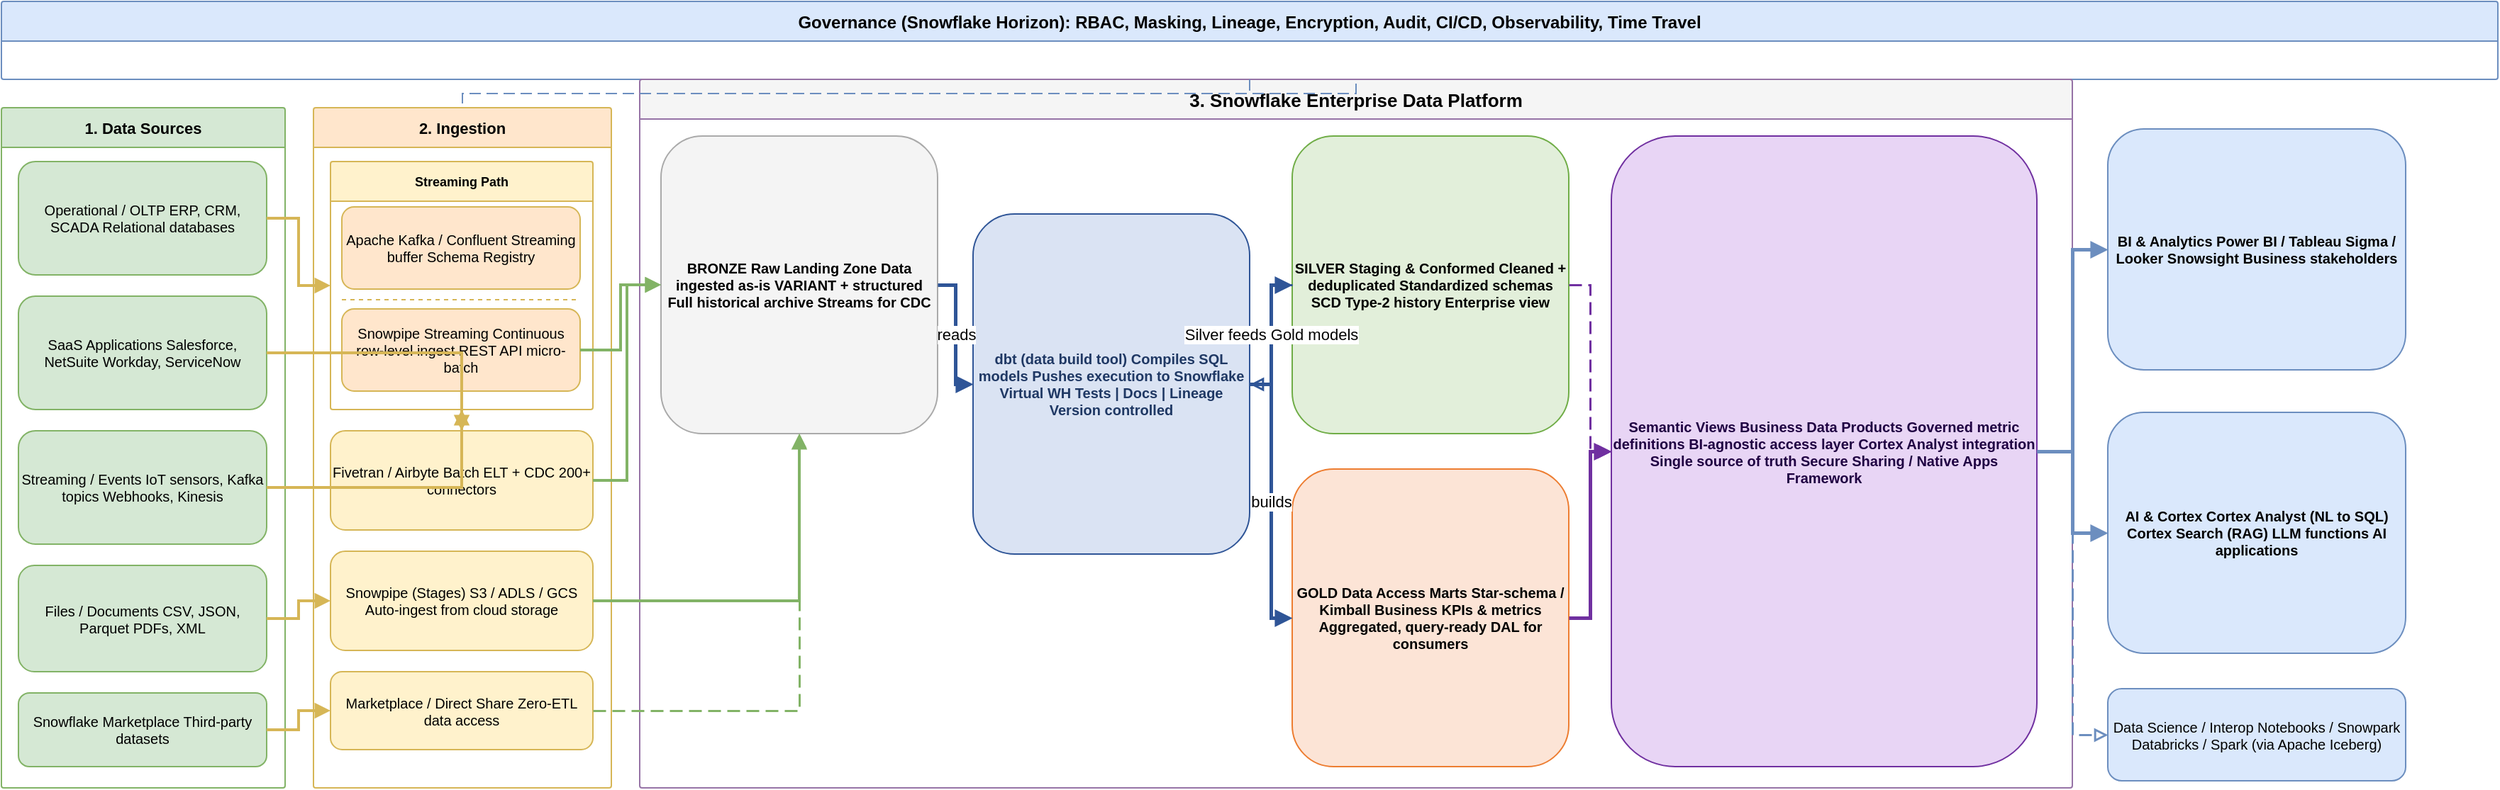
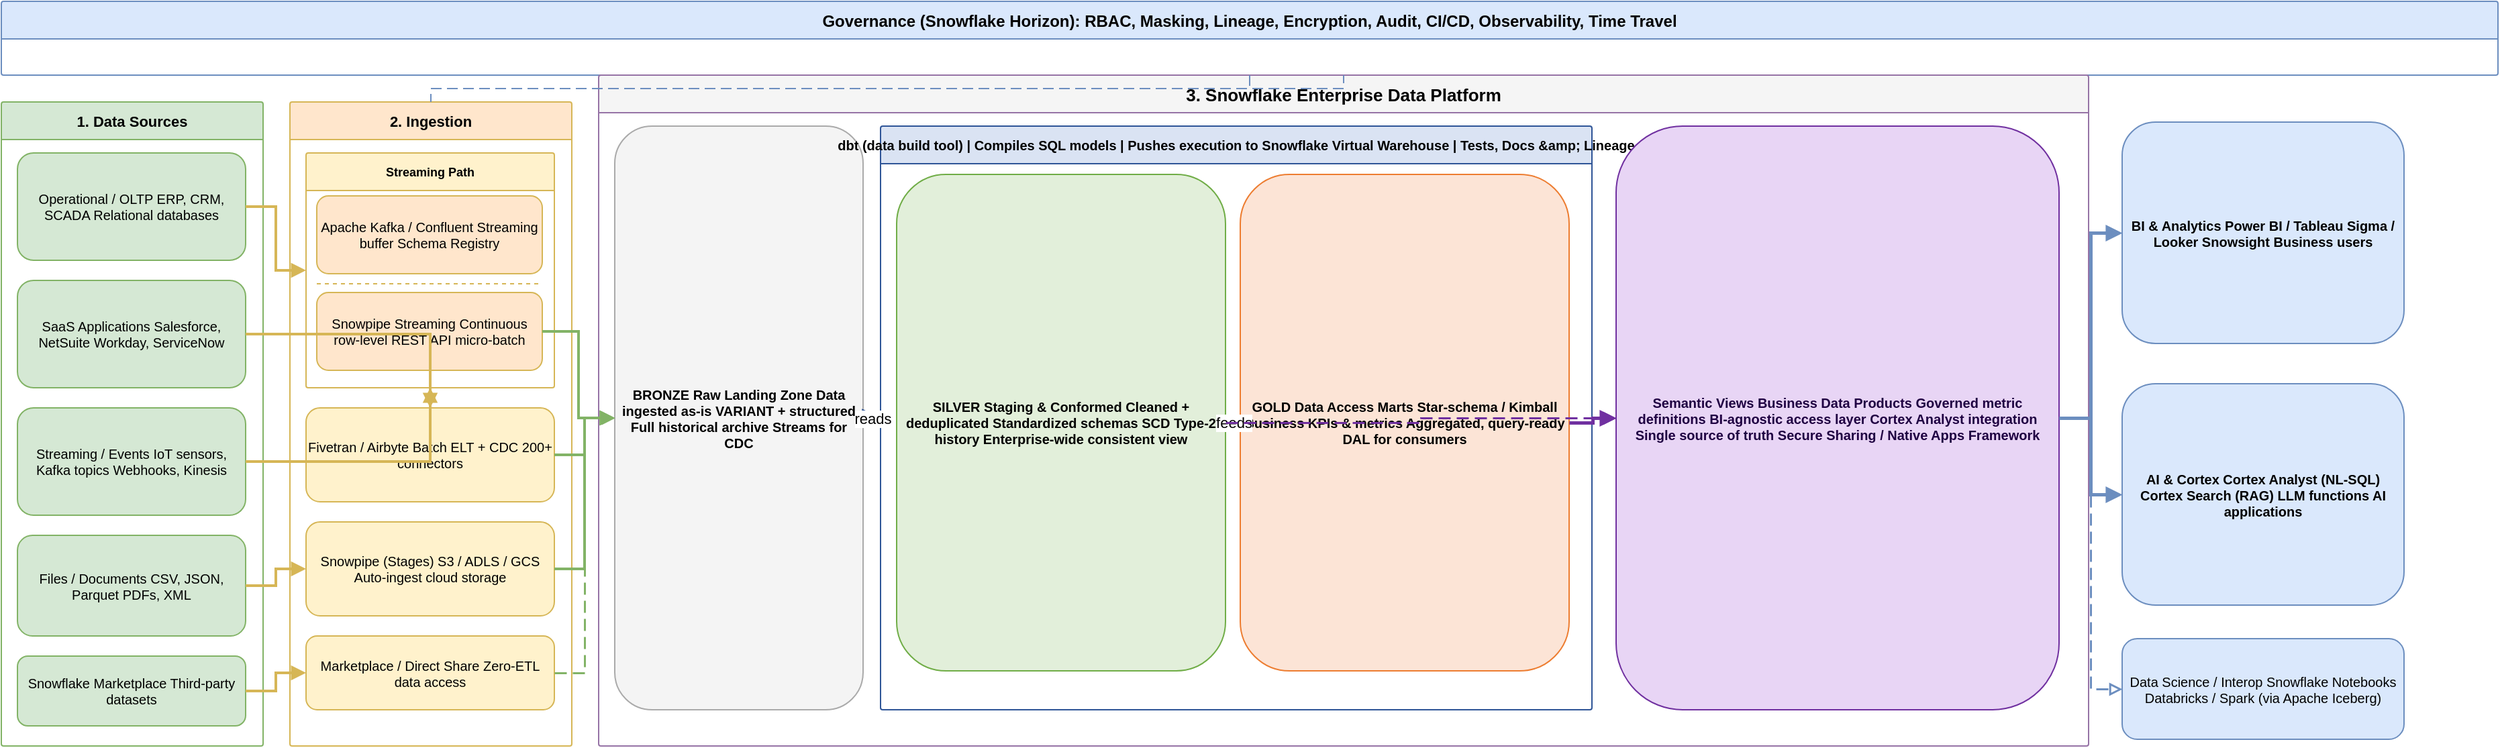
<?xml version='1.0' encoding='utf-8'?>
<mxfile host="app.diagrams.net">
  <diagram id="svpten-hl" name="SVPTEN Platform - High Level">
-     <mxGraphModel dx="1920" dy="1080" grid="1" gridSize="10" guides="1" tooltips="1" connect="1" arrows="1" fold="1" page="1" pageScale="1" pageWidth="1800" pageHeight="800" math="0" shadow="0">
+     <mxGraphModel dx="1920" dy="1080" grid="1" gridSize="10" guides="1" tooltips="1" connect="1" arrows="1" fold="1" page="1" pageScale="1" pageWidth="1900" pageHeight="800" math="0" shadow="0">
      <root>
        <mxCell id="0" />
        <mxCell id="1" parent="0" />
        <mxCell id="gov" parent="1" vertex="1" style="swimlane;startSize=28;horizontal=1;fillColor=#dae8fc;strokeColor=#6c8ebf;fontStyle=1;fontSize=12;collapsible=0;rounded=1;arcSize=2;" value="Governance (Snowflake Horizon): RBAC, Masking, Lineage, Encryption, Audit, CI/CD, Observability, Time Travel">
-           <mxGeometry x="20" y="20" width="1760" height="55" as="geometry" />
+           <mxGeometry x="20" y="20" width="1860" height="55" as="geometry" />
        </mxCell>
        <mxCell id="src" parent="1" vertex="1" style="swimlane;startSize=28;horizontal=1;fillColor=#d5e8d4;strokeColor=#82b366;fontStyle=1;fontSize=11;collapsible=0;rounded=1;arcSize=2;" value="1. Data Sources">
-           <mxGeometry x="20" y="95" width="200" height="480" as="geometry" />
+           <mxGeometry x="20" y="95" width="195" height="480" as="geometry" />
        </mxCell>
        <mxCell id="s1" parent="src" vertex="1" style="rounded=1;whiteSpace=wrap;html=1;fillColor=#d5e8d4;strokeColor=#82b366;fontColor=#000000;fontSize=10;fontStyle=0;" value="Operational / OLTP&amp;#xa;ERP, CRM, SCADA&amp;#xa;Relational databases">
-           <mxGeometry x="12" y="38" width="175" height="80" as="geometry" />
+           <mxGeometry x="12" y="38" width="170" height="80" as="geometry" />
        </mxCell>
        <mxCell id="s2" parent="src" vertex="1" style="rounded=1;whiteSpace=wrap;html=1;fillColor=#d5e8d4;strokeColor=#82b366;fontColor=#000000;fontSize=10;fontStyle=0;" value="SaaS Applications&amp;#xa;Salesforce, NetSuite&amp;#xa;Workday, ServiceNow">
-           <mxGeometry x="12" y="133" width="175" height="80" as="geometry" />
+           <mxGeometry x="12" y="133" width="170" height="80" as="geometry" />
        </mxCell>
        <mxCell id="s3" parent="src" vertex="1" style="rounded=1;whiteSpace=wrap;html=1;fillColor=#d5e8d4;strokeColor=#82b366;fontColor=#000000;fontSize=10;fontStyle=0;" value="Streaming / Events&amp;#xa;IoT sensors, Kafka topics&amp;#xa;Webhooks, Kinesis">
-           <mxGeometry x="12" y="228" width="175" height="80" as="geometry" />
+           <mxGeometry x="12" y="228" width="170" height="80" as="geometry" />
        </mxCell>
        <mxCell id="s4" parent="src" vertex="1" style="rounded=1;whiteSpace=wrap;html=1;fillColor=#d5e8d4;strokeColor=#82b366;fontColor=#000000;fontSize=10;fontStyle=0;" value="Files / Documents&amp;#xa;CSV, JSON, Parquet&amp;#xa;PDFs, XML">
-           <mxGeometry x="12" y="323" width="175" height="75" as="geometry" />
+           <mxGeometry x="12" y="323" width="170" height="75" as="geometry" />
        </mxCell>
        <mxCell id="s5" parent="src" vertex="1" style="rounded=1;whiteSpace=wrap;html=1;fillColor=#d5e8d4;strokeColor=#82b366;fontColor=#000000;fontSize=10;fontStyle=0;" value="Snowflake Marketplace&amp;#xa;Third-party datasets">
-           <mxGeometry x="12" y="413" width="175" height="52" as="geometry" />
+           <mxGeometry x="12" y="413" width="170" height="52" as="geometry" />
        </mxCell>
        <mxCell id="ing" parent="1" vertex="1" style="swimlane;startSize=28;horizontal=1;fillColor=#ffe6cc;strokeColor=#d6b656;fontStyle=1;fontSize=11;collapsible=0;rounded=1;arcSize=2;" value="2. Ingestion">
-           <mxGeometry x="240" y="95" width="210" height="480" as="geometry" />
+           <mxGeometry x="235" y="95" width="210" height="480" as="geometry" />
        </mxCell>
        <mxCell id="strm" parent="ing" vertex="1" style="swimlane;startSize=28;horizontal=1;fillColor=#fff2cc;strokeColor=#d6b656;fontStyle=1;fontSize=9;collapsible=0;rounded=1;arcSize=2;" value="Streaming Path">
          <mxGeometry x="12" y="38" width="185" height="175" as="geometry" />
        </mxCell>
        <mxCell id="i6" parent="strm" vertex="1" style="rounded=1;whiteSpace=wrap;html=1;fillColor=#ffe6cc;strokeColor=#d6b656;fontColor=#000000;fontSize=10;fontStyle=0;" value="Apache Kafka / Confluent&amp;#xa;Streaming buffer&amp;#xa;Schema Registry">
          <mxGeometry x="8" y="32" width="168" height="58" as="geometry" />
        </mxCell>
        <mxCell id="c7" parent="strm" vertex="1" style="line;strokeColor=#d6b656;strokeWidth=1;dashed=1;fillColor=none;" value="">
          <mxGeometry x="8" y="95" width="168" height="5" as="geometry" />
        </mxCell>
-         <mxCell id="i8" parent="strm" vertex="1" style="rounded=1;whiteSpace=wrap;html=1;fillColor=#ffe6cc;strokeColor=#d6b656;fontColor=#000000;fontSize=10;fontStyle=0;" value="Snowpipe Streaming&amp;#xa;Continuous row-level ingest&amp;#xa;REST API micro-batch">
+         <mxCell id="i8" parent="strm" vertex="1" style="rounded=1;whiteSpace=wrap;html=1;fillColor=#ffe6cc;strokeColor=#d6b656;fontColor=#000000;fontSize=10;fontStyle=0;" value="Snowpipe Streaming&amp;#xa;Continuous row-level&amp;#xa;REST API micro-batch">
          <mxGeometry x="8" y="104" width="168" height="58" as="geometry" />
        </mxCell>
        <mxCell id="i9" parent="ing" vertex="1" style="rounded=1;whiteSpace=wrap;html=1;fillColor=#fff2cc;strokeColor=#d6b656;fontColor=#000000;fontSize=10;fontStyle=0;" value="Fivetran / Airbyte&amp;#xa;Batch ELT + CDC&amp;#xa;200+ connectors">
          <mxGeometry x="12" y="228" width="185" height="70" as="geometry" />
        </mxCell>
-         <mxCell id="i10" parent="ing" vertex="1" style="rounded=1;whiteSpace=wrap;html=1;fillColor=#fff2cc;strokeColor=#d6b656;fontColor=#000000;fontSize=10;fontStyle=0;" value="Snowpipe (Stages)&amp;#xa;S3 / ADLS / GCS&amp;#xa;Auto-ingest from cloud storage">
+         <mxCell id="i10" parent="ing" vertex="1" style="rounded=1;whiteSpace=wrap;html=1;fillColor=#fff2cc;strokeColor=#d6b656;fontColor=#000000;fontSize=10;fontStyle=0;" value="Snowpipe (Stages)&amp;#xa;S3 / ADLS / GCS&amp;#xa;Auto-ingest cloud storage">
          <mxGeometry x="12" y="313" width="185" height="70" as="geometry" />
        </mxCell>
        <mxCell id="i11" parent="ing" vertex="1" style="rounded=1;whiteSpace=wrap;html=1;fillColor=#fff2cc;strokeColor=#d6b656;fontColor=#000000;fontSize=10;fontStyle=0;" value="Marketplace / Direct Share&amp;#xa;Zero-ETL data access">
          <mxGeometry x="12" y="398" width="185" height="55" as="geometry" />
        </mxCell>
        <mxCell id="plat" parent="1" vertex="1" style="swimlane;startSize=28;horizontal=1;fillColor=#f5f5f5;strokeColor=#9673a6;fontStyle=1;fontSize=13;collapsible=0;rounded=1;arcSize=2;" value="3. Snowflake Enterprise Data Platform">
-           <mxGeometry x="470" y="75" width="1010" height="500" as="geometry" />
+           <mxGeometry x="465" y="75" width="1110" height="500" as="geometry" />
        </mxCell>
        <mxCell id="brz" parent="plat" vertex="1" style="rounded=1;whiteSpace=wrap;html=1;fillColor=#f4f4f4;strokeColor=#aaaaaa;fontColor=#000000;fontSize=10;fontStyle=1;" value="BRONZE&amp;#xa;Raw Landing Zone&amp;#xa;&amp;#xa;Data ingested as-is&amp;#xa;VARIANT + structured&amp;#xa;Full historical archive&amp;#xa;Streams for CDC">
-           <mxGeometry x="15" y="40" width="195" height="210" as="geometry" />
+           <mxGeometry x="12" y="38" width="185" height="435" as="geometry" />
        </mxCell>
-         <mxCell id="dbt" parent="plat" vertex="1" style="rounded=1;whiteSpace=wrap;html=1;fillColor=#dae3f3;strokeColor=#2f5597;fontColor=#1f3864;fontSize=10;fontStyle=1;" value="dbt  (data build tool)&amp;#xa;&amp;#xa;Compiles SQL models&amp;#xa;Pushes execution to&amp;#xa;Snowflake Virtual WH&amp;#xa;&amp;#xa;Tests | Docs | Lineage&amp;#xa;Version controlled">
-           <mxGeometry x="235" y="95" width="195" height="240" as="geometry" />
+         <mxCell id="dbt" parent="plat" vertex="1" style="swimlane;startSize=28;horizontal=1;fillColor=#dae3f3;strokeColor=#2f5597;fontStyle=1;fontSize=10;collapsible=0;rounded=1;arcSize=2;" value="dbt  (data build tool)  |  Compiles SQL models  |  Pushes execution to Snowflake Virtual Warehouse  |  Tests, Docs &amp;amp; Lineage">
+           <mxGeometry x="210" y="38" width="530" height="435" as="geometry" />
        </mxCell>
-         <mxCell id="slv" parent="plat" vertex="1" style="rounded=1;whiteSpace=wrap;html=1;fillColor=#e2efda;strokeColor=#70ad47;fontColor=#000000;fontSize=10;fontStyle=1;" value="SILVER&amp;#xa;Staging &amp;amp; Conformed&amp;#xa;&amp;#xa;Cleaned + deduplicated&amp;#xa;Standardized schemas&amp;#xa;SCD Type-2 history&amp;#xa;Enterprise view">
-           <mxGeometry x="460" y="40" width="195" height="210" as="geometry" />
+         <mxCell id="slv" parent="dbt" vertex="1" style="rounded=1;whiteSpace=wrap;html=1;fillColor=#e2efda;strokeColor=#70ad47;fontColor=#000000;fontSize=10;fontStyle=1;" value="SILVER&amp;#xa;Staging &amp;amp; Conformed&amp;#xa;&amp;#xa;Cleaned + deduplicated&amp;#xa;Standardized schemas&amp;#xa;SCD Type-2 history&amp;#xa;Enterprise-wide&amp;#xa;consistent view">
+           <mxGeometry x="12" y="36" width="245" height="370" as="geometry" />
        </mxCell>
-         <mxCell id="gld" parent="plat" vertex="1" style="rounded=1;whiteSpace=wrap;html=1;fillColor=#fce4d6;strokeColor=#ed7d31;fontColor=#000000;fontSize=10;fontStyle=1;" value="GOLD&amp;#xa;Data Access Marts&amp;#xa;&amp;#xa;Star-schema / Kimball&amp;#xa;Business KPIs &amp;amp; metrics&amp;#xa;Aggregated, query-ready&amp;#xa;DAL for consumers">
-           <mxGeometry x="460" y="275" width="195" height="210" as="geometry" />
+         <mxCell id="gld" parent="dbt" vertex="1" style="rounded=1;whiteSpace=wrap;html=1;fillColor=#fce4d6;strokeColor=#ed7d31;fontColor=#000000;fontSize=10;fontStyle=1;" value="GOLD&amp;#xa;Data Access Marts&amp;#xa;&amp;#xa;Star-schema / Kimball&amp;#xa;Business KPIs &amp;amp; metrics&amp;#xa;Aggregated, query-ready&amp;#xa;DAL for consumers">
+           <mxGeometry x="268" y="36" width="245" height="370" as="geometry" />
        </mxCell>
        <mxCell id="sem" parent="plat" vertex="1" style="rounded=1;whiteSpace=wrap;html=1;fillColor=#e8d5f5;strokeColor=#7030a0;fontColor=#1f0042;fontSize=10;fontStyle=1;" value="Semantic Views&amp;#xa;Business Data Products&amp;#xa;&amp;#xa;Governed metric definitions&amp;#xa;BI-agnostic access layer&amp;#xa;Cortex Analyst integration&amp;#xa;Single source of truth&amp;#xa;&amp;#xa;Secure Sharing /&amp;#xa;Native Apps Framework">
-           <mxGeometry x="685" y="40" width="300" height="445" as="geometry" />
+           <mxGeometry x="758" y="38" width="330" height="435" as="geometry" />
        </mxCell>
-         <mxCell id="cbi" parent="1" vertex="1" style="rounded=1;whiteSpace=wrap;html=1;fillColor=#dae8fc;strokeColor=#6c8ebf;fontColor=#000000;fontSize=10;fontStyle=1;" value="BI &amp;amp; Analytics&amp;#xa;&amp;#xa;Power BI / Tableau&amp;#xa;Sigma / Looker&amp;#xa;Snowsight&amp;#xa;Business stakeholders">
-           <mxGeometry x="1505" y="110" width="210" height="170" as="geometry" />
+         <mxCell id="cbi" parent="1" vertex="1" style="rounded=1;whiteSpace=wrap;html=1;fillColor=#dae8fc;strokeColor=#6c8ebf;fontColor=#000000;fontSize=10;fontStyle=1;" value="BI &amp;amp; Analytics&amp;#xa;&amp;#xa;Power BI / Tableau&amp;#xa;Sigma / Looker&amp;#xa;Snowsight&amp;#xa;Business users">
+           <mxGeometry x="1600" y="110" width="210" height="165" as="geometry" />
        </mxCell>
-         <mxCell id="cai" parent="1" vertex="1" style="rounded=1;whiteSpace=wrap;html=1;fillColor=#dae8fc;strokeColor=#6c8ebf;fontColor=#000000;fontSize=10;fontStyle=1;" value="AI &amp;amp; Cortex&amp;#xa;&amp;#xa;Cortex Analyst (NL to SQL)&amp;#xa;Cortex Search (RAG)&amp;#xa;LLM functions&amp;#xa;AI applications">
-           <mxGeometry x="1505" y="310" width="210" height="170" as="geometry" />
+         <mxCell id="cai" parent="1" vertex="1" style="rounded=1;whiteSpace=wrap;html=1;fillColor=#dae8fc;strokeColor=#6c8ebf;fontColor=#000000;fontSize=10;fontStyle=1;" value="AI &amp;amp; Cortex&amp;#xa;&amp;#xa;Cortex Analyst (NL-SQL)&amp;#xa;Cortex Search (RAG)&amp;#xa;LLM functions&amp;#xa;AI applications">
+           <mxGeometry x="1600" y="305" width="210" height="165" as="geometry" />
        </mxCell>
-         <mxCell id="cds" parent="1" vertex="1" style="rounded=1;whiteSpace=wrap;html=1;fillColor=#dae8fc;strokeColor=#6c8ebf;fontColor=#000000;fontSize=10;fontStyle=0;" value="Data Science / Interop&amp;#xa;Notebooks / Snowpark&amp;#xa;Databricks / Spark&amp;#xa;(via Apache Iceberg)">
-           <mxGeometry x="1505" y="505" width="210" height="65" as="geometry" />
+         <mxCell id="cds" parent="1" vertex="1" style="rounded=1;whiteSpace=wrap;html=1;fillColor=#dae8fc;strokeColor=#6c8ebf;fontColor=#000000;fontSize=10;fontStyle=0;" value="Data Science / Interop&amp;#xa;Snowflake Notebooks&amp;#xa;Databricks / Spark&amp;#xa;(via Apache Iceberg)">
+           <mxGeometry x="1600" y="495" width="210" height="75" as="geometry" />
        </mxCell>
-         <mxCell id="e12" parent="1" source="s3" target="strm" edge="1" value="" style="edgeStyle=orthogonalEdgeStyle;rounded=0;html=1;strokeWidth=2;endArrow=block;endFill=1;strokeColor=#d6b656;" exitDx="0" exitDy="0" entryDx="0" entryDy="0" exitX="1" exitY="0.5" entryX="0" entryY="0.4">
+         <mxCell id="e12" parent="1" source="s1" target="strm" edge="1" value="" style="edgeStyle=orthogonalEdgeStyle;rounded=0;html=1;strokeWidth=2;endArrow=block;endFill=1;strokeColor=#d6b656;" exitDx="0" exitDy="0" entryDx="0" entryDy="0" exitX="1" exitY="0.5" entryX="0" entryY="0.15">
          <mxGeometry relative="1" as="geometry" />
        </mxCell>
-         <mxCell id="e13" parent="1" source="s1" target="strm" edge="1" value="" style="edgeStyle=orthogonalEdgeStyle;rounded=0;html=1;strokeWidth=2;endArrow=block;endFill=1;strokeColor=#d6b656;" exitDx="0" exitDy="0" entryDx="0" entryDy="0" exitX="1" exitY="0.5" entryX="0" entryY="0.15">
+         <mxCell id="e13" parent="1" source="s3" target="strm" edge="1" value="" style="edgeStyle=orthogonalEdgeStyle;rounded=0;html=1;strokeWidth=2;endArrow=block;endFill=1;strokeColor=#d6b656;" exitDx="0" exitDy="0" entryDx="0" entryDy="0" exitX="1" exitY="0.5" entryX="0" entryY="0.45">
          <mxGeometry relative="1" as="geometry" />
        </mxCell>
        <mxCell id="e14" parent="1" source="s2" target="i9" edge="1" value="" style="edgeStyle=orthogonalEdgeStyle;rounded=0;html=1;strokeWidth=2;endArrow=block;endFill=1;strokeColor=#d6b656;" exitDx="0" exitDy="0" entryDx="0" entryDy="0" exitX="1" exitY="0.5" entryX="0" entryY="0.5">
          <mxGeometry relative="1" as="geometry" />
        </mxCell>
        <mxCell id="e15" parent="1" source="s4" target="i10" edge="1" value="" style="edgeStyle=orthogonalEdgeStyle;rounded=0;html=1;strokeWidth=2;endArrow=block;endFill=1;strokeColor=#d6b656;" exitDx="0" exitDy="0" entryDx="0" entryDy="0" exitX="1" exitY="0.5" entryX="0" entryY="0.5">
          <mxGeometry relative="1" as="geometry" />
        </mxCell>
        <mxCell id="e16" parent="1" source="s5" target="i11" edge="1" value="" style="edgeStyle=orthogonalEdgeStyle;rounded=0;html=1;strokeWidth=2;endArrow=block;endFill=1;strokeColor=#d6b656;" exitDx="0" exitDy="0" entryDx="0" entryDy="0" exitX="1" exitY="0.5" entryX="0" entryY="0.5">
          <mxGeometry relative="1" as="geometry" />
        </mxCell>
        <mxCell id="e17" parent="1" source="i8" target="brz" edge="1" value="" style="edgeStyle=orthogonalEdgeStyle;rounded=0;html=1;strokeWidth=2;endArrow=block;endFill=1;strokeColor=#82b366;" exitDx="0" exitDy="0" entryDx="0" entryDy="0" exitX="1" exitY="0.5" entryX="0" entryY="0.2">
          <mxGeometry relative="1" as="geometry" />
        </mxCell>
-         <mxCell id="e18" parent="1" source="i9" target="brz" edge="1" value="" style="edgeStyle=orthogonalEdgeStyle;rounded=0;html=1;strokeWidth=2;endArrow=block;endFill=1;strokeColor=#82b366;" exitDx="0" exitDy="0" entryDx="0" entryDy="0" exitX="1" exitY="0.5" entryX="0" entryY="0.5">
+         <mxCell id="e18" parent="1" source="i9" target="brz" edge="1" value="" style="edgeStyle=orthogonalEdgeStyle;rounded=0;html=1;strokeWidth=2;endArrow=block;endFill=1;strokeColor=#82b366;" exitDx="0" exitDy="0" entryDx="0" entryDy="0" exitX="1" exitY="0.5" entryX="0" entryY="0.45">
          <mxGeometry relative="1" as="geometry" />
        </mxCell>
-         <mxCell id="e19" parent="1" source="i10" target="brz" edge="1" value="" style="edgeStyle=orthogonalEdgeStyle;rounded=0;html=1;strokeWidth=2;endArrow=block;endFill=1;strokeColor=#82b366;" exitDx="0" exitDy="0" entryDx="0" entryDy="0" exitX="1" exitY="0.5" entryX="0" entryY="0.7">
+         <mxCell id="e19" parent="1" source="i10" target="brz" edge="1" value="" style="edgeStyle=orthogonalEdgeStyle;rounded=0;html=1;strokeWidth=2;endArrow=block;endFill=1;strokeColor=#82b366;" exitDx="0" exitDy="0" entryDx="0" entryDy="0" exitX="1" exitY="0.5" entryX="0" entryY="0.65">
          <mxGeometry relative="1" as="geometry" />
        </mxCell>
-         <mxCell id="e20" parent="1" source="i11" target="brz" edge="1" value="" style="edgeStyle=orthogonalEdgeStyle;rounded=0;html=1;strokeWidth=1.5;endArrow=block;endFill=0;dashed=1;dashPattern=6 3;strokeColor=#82b366;" exitDx="0" exitDy="0" entryDx="0" entryDy="0" exitX="1" exitY="0.5" entryX="0" entryY="0.9">
+         <mxCell id="e20" parent="1" source="i11" target="brz" edge="1" value="" style="edgeStyle=orthogonalEdgeStyle;rounded=0;html=1;strokeWidth=1.5;endArrow=block;endFill=0;dashed=1;dashPattern=6 3;strokeColor=#82b366;" exitDx="0" exitDy="0" entryDx="0" entryDy="0" exitX="1" exitY="0.5" entryX="0" entryY="0.85">
          <mxGeometry relative="1" as="geometry" />
        </mxCell>
-         <mxCell id="e21" parent="1" source="brz" target="dbt" edge="1" value="reads" style="edgeStyle=orthogonalEdgeStyle;rounded=0;html=1;strokeWidth=2;endArrow=block;endFill=1;strokeColor=#2f5597;strokeWidth=2.5;" exitDx="0" exitDy="0" entryDx="0" entryDy="0" exitX="1" exitY="0.4" entryX="0" entryY="0.3">
+         <mxCell id="e21" parent="1" source="brz" target="dbt" edge="1" value="reads" style="edgeStyle=orthogonalEdgeStyle;rounded=0;html=1;strokeWidth=2;endArrow=block;endFill=1;strokeColor=#2f5597;strokeWidth=3;" exitDx="0" exitDy="0" entryDx="0" entryDy="0" exitX="1" exitY="0.5" entryX="0" entryY="0.5">
          <mxGeometry relative="1" as="geometry" />
        </mxCell>
-         <mxCell id="e22" parent="1" source="dbt" target="slv" edge="1" value="builds" style="edgeStyle=orthogonalEdgeStyle;rounded=0;html=1;strokeWidth=2;endArrow=block;endFill=1;strokeColor=#2f5597;strokeWidth=2.5;" exitDx="0" exitDy="0" entryDx="0" entryDy="0" exitX="1" exitY="0.35" entryX="0" entryY="0.5">
+         <mxCell id="e22" parent="1" source="slv" target="gld" edge="1" value="feeds" style="edgeStyle=orthogonalEdgeStyle;rounded=0;html=1;strokeWidth=2;endArrow=block;endFill=1;strokeColor=#2f5597;strokeWidth=2;" exitDx="0" exitDy="0" entryDx="0" entryDy="0" exitX="1" exitY="0.5" entryX="0" entryY="0.5">
          <mxGeometry relative="1" as="geometry" />
        </mxCell>
-         <mxCell id="e23" parent="1" source="dbt" target="gld" edge="1" value="builds" style="edgeStyle=orthogonalEdgeStyle;rounded=0;html=1;strokeWidth=2;endArrow=block;endFill=1;strokeColor=#2f5597;strokeWidth=2.5;" exitDx="0" exitDy="0" entryDx="0" entryDy="0" exitX="1" exitY="0.65" entryX="0" entryY="0.4">
+         <mxCell id="e23" parent="1" source="gld" target="sem" edge="1" value="" style="edgeStyle=orthogonalEdgeStyle;rounded=0;html=1;strokeWidth=2;endArrow=block;endFill=1;strokeColor=#7030a0;strokeWidth=2.5;" exitDx="0" exitDy="0" entryDx="0" entryDy="0" exitX="1" exitY="0.6" entryX="0" entryY="0.7">
          <mxGeometry relative="1" as="geometry" />
        </mxCell>
-         <mxCell id="e24" parent="1" source="slv" target="dbt" edge="1" value="Silver feeds Gold models" style="edgeStyle=orthogonalEdgeStyle;rounded=0;html=1;strokeWidth=1.5;endArrow=block;endFill=0;dashed=1;dashPattern=6 3;strokeColor=#2f5597;" exitDx="0" exitDy="0" entryDx="0" entryDy="0" exitX="0" exitY="0.7" entryX="1" entryY="0.65">
+         <mxCell id="e24" parent="1" source="slv" target="sem" edge="1" value="" style="edgeStyle=orthogonalEdgeStyle;rounded=0;html=1;strokeWidth=1.5;endArrow=block;endFill=0;dashed=1;dashPattern=6 3;strokeColor=#7030a0;" exitDx="0" exitDy="0" entryDx="0" entryDy="0" exitX="1" exitY="0.25" entryX="0" entryY="0.25">
          <mxGeometry relative="1" as="geometry" />
        </mxCell>
-         <mxCell id="e25" parent="1" source="gld" target="sem" edge="1" value="" style="edgeStyle=orthogonalEdgeStyle;rounded=0;html=1;strokeWidth=2;endArrow=block;endFill=1;strokeColor=#7030a0;strokeWidth=2.5;" exitDx="0" exitDy="0" entryDx="0" entryDy="0" exitX="1" exitY="0.5" entryX="0" entryY="0.7">
+         <mxCell id="e25" parent="1" source="sem" target="cbi" edge="1" value="" style="edgeStyle=orthogonalEdgeStyle;rounded=0;html=1;strokeWidth=2;endArrow=block;endFill=1;strokeColor=#6c8ebf;strokeWidth=2.5;" exitDx="0" exitDy="0" entryDx="0" entryDy="0" exitX="1" exitY="0.3" entryX="0" entryY="0.5">
          <mxGeometry relative="1" as="geometry" />
        </mxCell>
-         <mxCell id="e26" parent="1" source="slv" target="sem" edge="1" value="" style="edgeStyle=orthogonalEdgeStyle;rounded=0;html=1;strokeWidth=1.5;endArrow=block;endFill=0;dashed=1;dashPattern=6 3;strokeColor=#7030a0;" exitDx="0" exitDy="0" entryDx="0" entryDy="0" exitX="1" exitY="0.3" entryX="0" entryY="0.25">
+         <mxCell id="e26" parent="1" source="sem" target="cai" edge="1" value="" style="edgeStyle=orthogonalEdgeStyle;rounded=0;html=1;strokeWidth=2;endArrow=block;endFill=1;strokeColor=#6c8ebf;strokeWidth=2.5;" exitDx="0" exitDy="0" entryDx="0" entryDy="0" exitX="1" exitY="0.6" entryX="0" entryY="0.5">
          <mxGeometry relative="1" as="geometry" />
        </mxCell>
-         <mxCell id="e27" parent="1" source="sem" target="cbi" edge="1" value="" style="edgeStyle=orthogonalEdgeStyle;rounded=0;html=1;strokeWidth=2;endArrow=block;endFill=1;strokeColor=#6c8ebf;strokeWidth=2.5;" exitDx="0" exitDy="0" entryDx="0" entryDy="0" exitX="1" exitY="0.3" entryX="0" entryY="0.5">
+         <mxCell id="e27" parent="1" source="sem" target="cds" edge="1" value="" style="edgeStyle=orthogonalEdgeStyle;rounded=0;html=1;strokeWidth=1.5;endArrow=block;endFill=0;dashed=1;dashPattern=6 3;strokeColor=#6c8ebf;" exitDx="0" exitDy="0" entryDx="0" entryDy="0" exitX="1" exitY="0.88" entryX="0" entryY="0.5">
          <mxGeometry relative="1" as="geometry" />
        </mxCell>
-         <mxCell id="e28" parent="1" source="sem" target="cai" edge="1" value="" style="edgeStyle=orthogonalEdgeStyle;rounded=0;html=1;strokeWidth=2;endArrow=block;endFill=1;strokeColor=#6c8ebf;strokeWidth=2.5;" exitDx="0" exitDy="0" entryDx="0" entryDy="0" exitX="1" exitY="0.6" entryX="0" entryY="0.5">
+         <mxCell id="e28" parent="1" source="gov" target="plat" edge="1" value="" style="edgeStyle=orthogonalEdgeStyle;rounded=0;html=1;strokeWidth=1;endArrow=none;dashed=1;dashPattern=8 4;strokeColor=#6c8ebf;" exitDx="0" exitDy="0" entryDx="0" entryDy="0" exitX="0.5" exitY="1" entryX="0.4" entryY="0">
          <mxGeometry relative="1" as="geometry" />
        </mxCell>
-         <mxCell id="e29" parent="1" source="sem" target="cds" edge="1" value="" style="edgeStyle=orthogonalEdgeStyle;rounded=0;html=1;strokeWidth=1.5;endArrow=block;endFill=0;dashed=1;dashPattern=6 3;strokeColor=#6c8ebf;" exitDx="0" exitDy="0" entryDx="0" entryDy="0" exitX="1" exitY="0.88" entryX="0" entryY="0.5">
-           <mxGeometry relative="1" as="geometry" />
-         </mxCell>
-         <mxCell id="e30" parent="1" source="gov" target="plat" edge="1" value="" style="edgeStyle=orthogonalEdgeStyle;rounded=0;html=1;strokeWidth=1;endArrow=none;dashed=1;dashPattern=8 4;strokeColor=#6c8ebf;" exitDx="0" exitDy="0" entryDx="0" entryDy="0" exitX="0.5" exitY="1" entryX="0.4" entryY="0">
-           <mxGeometry relative="1" as="geometry" />
-         </mxCell>
-         <mxCell id="e31" parent="1" source="gov" target="ing" edge="1" value="" style="edgeStyle=orthogonalEdgeStyle;rounded=0;html=1;strokeWidth=1;endArrow=none;dashed=1;dashPattern=8 4;strokeColor=#6c8ebf;" exitDx="0" exitDy="0" entryDx="0" entryDy="0" exitX="0.12" exitY="1" entryX="0.5" entryY="0">
+         <mxCell id="e29" parent="1" source="gov" target="ing" edge="1" value="" style="edgeStyle=orthogonalEdgeStyle;rounded=0;html=1;strokeWidth=1;endArrow=none;dashed=1;dashPattern=8 4;strokeColor=#6c8ebf;" exitDx="0" exitDy="0" entryDx="0" entryDy="0" exitX="0.12" exitY="1" entryX="0.5" entryY="0">
          <mxGeometry relative="1" as="geometry" />
        </mxCell>
      </root>
    </mxGraphModel>
  </diagram>
</mxfile>